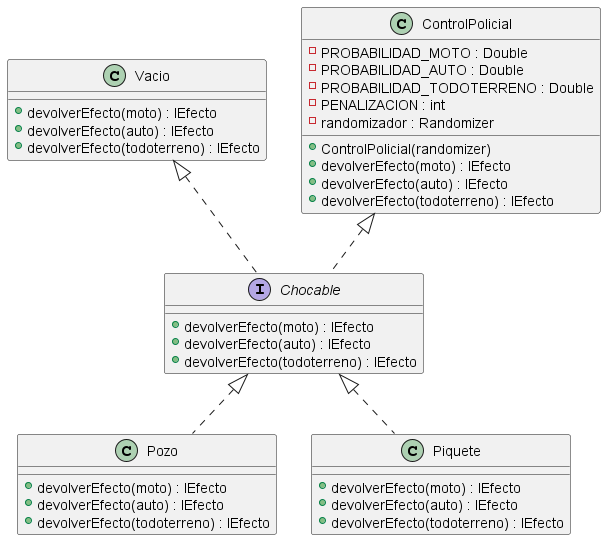
Earlier version of the PlantUML export diagrams/classes/Chocable/diagrama_Chocable_02_obstaculos.png (NestorPala/T17-GPSChallenge). Its diagram source:
```plantuml
@startuml

interface Chocable {
    + devolverEfecto(moto) : IEfecto
    + devolverEfecto(auto) : IEfecto
    + devolverEfecto(todoterreno) : IEfecto
}

class Pozo {
    +  devolverEfecto(moto) : IEfecto
    +  devolverEfecto(auto) : IEfecto
    +  devolverEfecto(todoterreno) : IEfecto
}

class Vacio {
    +  devolverEfecto(moto) : IEfecto
    +  devolverEfecto(auto) : IEfecto
    +  devolverEfecto(todoterreno) : IEfecto
}

class Piquete {
    +  devolverEfecto(moto) : IEfecto
    +  devolverEfecto(auto) : IEfecto
    +  devolverEfecto(todoterreno) : IEfecto
}

class ControlPolicial {
    -  PROBABILIDAD_MOTO : Double
    -  PROBABILIDAD_AUTO : Double
    -  PROBABILIDAD_TODOTERRENO : Double
    -  PENALIZACION : int
    -  randomizador : Randomizer
    +  ControlPolicial(randomizer)
    +  devolverEfecto(moto) : IEfecto
    +  devolverEfecto(auto) : IEfecto
    +  devolverEfecto(todoterreno) : IEfecto
}

Chocable <|.. Pozo
Chocable <|.. Piquete
Chocable .up.|> Vacio
ControlPolicial <|.. Chocable

@enduml
```
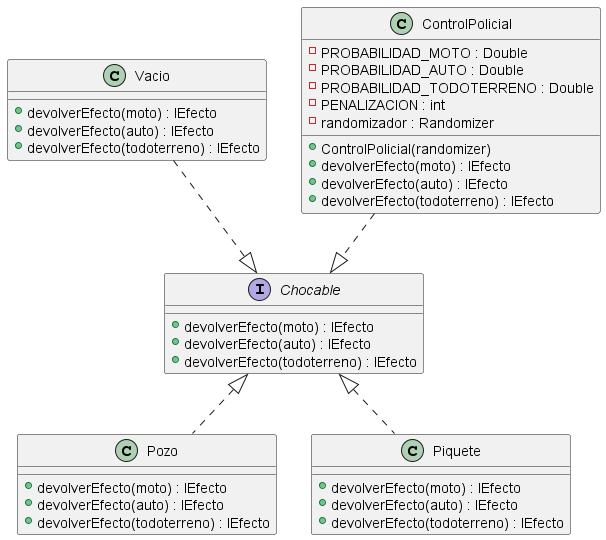
The same diagram one commit later.

Commit message:
modifico algunos diagramas de clases

Diff of the diagram source:
```diff
@@ -38,7 +38,7 @@
 
 Chocable <|.. Pozo
 Chocable <|.. Piquete
-Chocable .up.|> Vacio
-ControlPolicial <|.. Chocable
+Chocable <|.up. Vacio
+ControlPolicial ..|> Chocable
 
 @enduml
```
